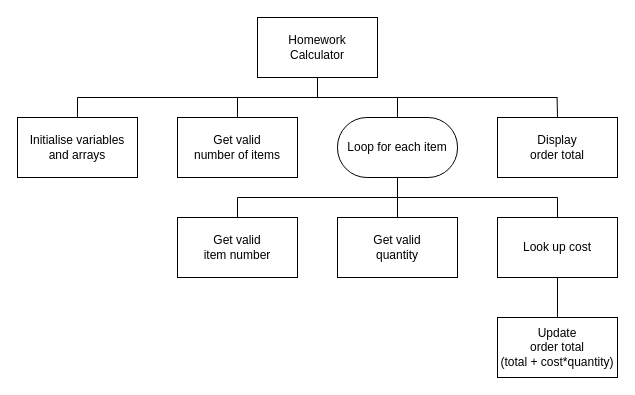
This is n5-cs/sdd/N5-SDD-Cafe/assets/N5-SDD-Cafe.drawio from MrFriendCS/MrFriendCS.github.io, a draw.io file, before an edit. Source tidied: cells renumbered, new cells numbered last; positions are measured from the earlier drawing's top-left corner, leaving out a move shared by most shapes. Both pictures are drawn from the tidied source at 100%, with x=0, y=0 at pixel (17, 17).
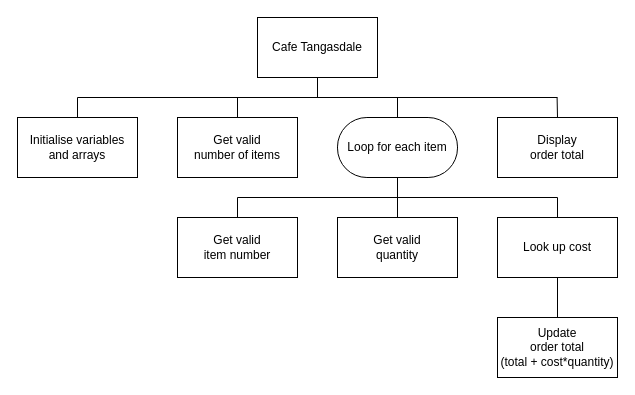
The same diagram, later.

Change to the diagram source:
```diff
@@
-    <mxCell id="4" value="Homework&lt;div&gt;Calculator&lt;/div&gt;" style="rounded=0;whiteSpace=wrap;html=1;fillColor=none;" parent="1" vertex="1">
+    <mxCell id="4" value="Cafe Tangasdale" style="rounded=0;whiteSpace=wrap;html=1;fillColor=none;" parent="1" vertex="1">
       <mxGeometry x="240" width="120" height="60" as="geometry" />
     </mxCell>
```
